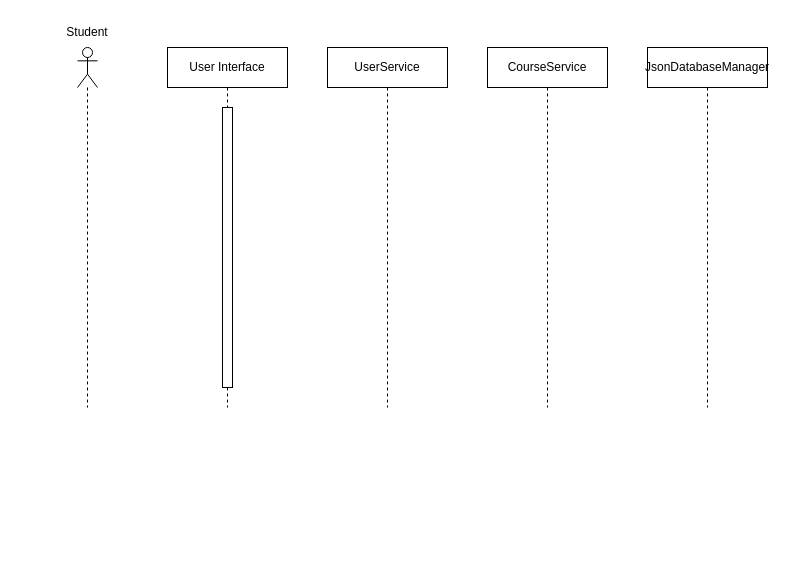
Youssufathalla/Programming-2 keeps this draw.io diagram as lab 6/Source files/Untitled Diagram.drawio. Above is the earlier version. Source tidied: cells renumbered, new cells numbered last; positions are measured from the earlier drawing's top-left corner, leaving out a move shared by most shapes. Both pictures are drawn from the tidied source at 100%, with x=0, y=0 at pixel (57, 17).
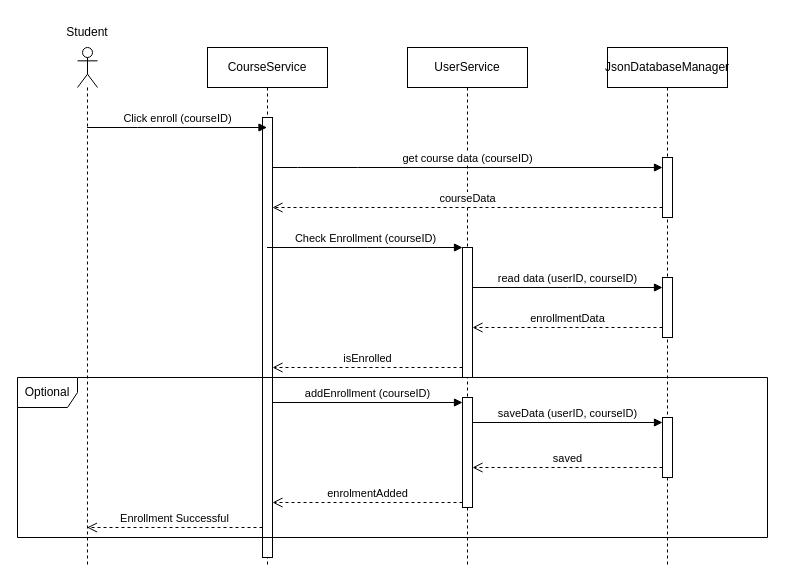
After the change.

Change to the diagram source:
```diff
@@
     <mxCell id="2" value="UserService" style="shape=umlLifeline;perimeter=lifelinePerimeter;whiteSpace=wrap;html=1;newEdgeStyle={&quot;curved&quot;:0,&quot;rounded&quot;:0};" parent="1" vertex="1">
-      <mxGeometry x="270" y="30" width="120" height="360" as="geometry" />
+      <mxGeometry x="350" y="30" width="120" height="520" as="geometry" />
     </mxCell>
-    <mxCell id="3" value="CourseService" style="shape=umlLifeline;perimeter=lifelinePerimeter;whiteSpace=wrap;html=1;newEdgeStyle={&quot;curved&quot;:0,&quot;rounded&quot;:0};" parent="1" vertex="1">
-      <mxGeometry x="430" y="30" width="120" height="360" as="geometry" />
-    </mxCell>
+    <mxCell id="9" style="html=1;points=[[0,0,0,0,5],[0,1,0,0,-5],[1,0,0,0,5],[1,1,0,0,-5]];perimeter=orthogonalPerimeter;outlineConnect=0;targetShapes=umlLifeline;portConstraint=eastwest;newEdgeStyle={&quot;curved&quot;:0,&quot;rounded&quot;:0};" parent="2" vertex="1">
+      <mxGeometry x="55" y="200" width="10" height="130" as="geometry" />
+    </mxCell>
+    <mxCell id="10" style="html=1;points=[[0,0,0,0,5],[0,1,0,0,-5],[1,0,0,0,5],[1,1,0,0,-5]];perimeter=orthogonalPerimeter;outlineConnect=0;targetShapes=umlLifeline;portConstraint=eastwest;newEdgeStyle={&quot;curved&quot;:0,&quot;rounded&quot;:0};" parent="2" vertex="1">
+      <mxGeometry x="55" y="350" width="10" height="110" as="geometry" />
+    </mxCell>
     <mxCell id="4" value="JsonDatabaseManager" style="shape=umlLifeline;perimeter=lifelinePerimeter;whiteSpace=wrap;html=1;newEdgeStyle={&quot;curved&quot;:0,&quot;rounded&quot;:0};" parent="1" vertex="1">
-      <mxGeometry x="590" y="30" width="120" height="360" as="geometry" />
+      <mxGeometry x="550" y="30" width="120" height="520" as="geometry" />
     </mxCell>
+    <mxCell id="11" style="html=1;points=[[0,0,0,0,5],[0,1,0,0,-5],[1,0,0,0,5],[1,1,0,0,-5]];perimeter=orthogonalPerimeter;outlineConnect=0;targetShapes=umlLifeline;portConstraint=eastwest;newEdgeStyle={&quot;curved&quot;:0,&quot;rounded&quot;:0};" parent="4" vertex="1">
+      <mxGeometry x="55" y="110" width="10" height="60" as="geometry" />
+    </mxCell>
+    <mxCell id="12" style="html=1;points=[[0,0,0,0,5],[0,1,0,0,-5],[1,0,0,0,5],[1,1,0,0,-5]];perimeter=orthogonalPerimeter;outlineConnect=0;targetShapes=umlLifeline;portConstraint=eastwest;newEdgeStyle={&quot;curved&quot;:0,&quot;rounded&quot;:0};" parent="4" vertex="1">
+      <mxGeometry x="55" y="230" width="10" height="60" as="geometry" />
+    </mxCell>
+    <mxCell id="13" style="html=1;points=[[0,0,0,0,5],[0,1,0,0,-5],[1,0,0,0,5],[1,1,0,0,-5]];perimeter=orthogonalPerimeter;outlineConnect=0;targetShapes=umlLifeline;portConstraint=eastwest;newEdgeStyle={&quot;curved&quot;:0,&quot;rounded&quot;:0};" parent="4" vertex="1">
+      <mxGeometry x="55" y="370" width="10" height="60" as="geometry" />
+    </mxCell>
-    <mxCell id="5" value="User Interface" style="shape=umlLifeline;perimeter=lifelinePerimeter;whiteSpace=wrap;html=1;outlineConnect=0;portConstraint=eastwest;newEdgeStyle={&quot;curved&quot;:0,&quot;rounded&quot;:0};" parent="1" vertex="1">
-      <mxGeometry x="110" y="30" width="120" height="360" as="geometry" />
+    <mxCell id="5" value="CourseService" style="shape=umlLifeline;perimeter=lifelinePerimeter;whiteSpace=wrap;html=1;outlineConnect=0;portConstraint=eastwest;newEdgeStyle={&quot;curved&quot;:0,&quot;rounded&quot;:0};" parent="1" vertex="1">
+      <mxGeometry x="150" y="30" width="120" height="520" as="geometry" />
     </mxCell>
     <mxCell id="6" style="html=1;points=[[0,0,0,0,5],[0,1,0,0,-5],[1,0,0,0,5],[1,1,0,0,-5]];perimeter=orthogonalPerimeter;outlineConnect=0;targetShapes=umlLifeline;portConstraint=eastwest;newEdgeStyle={&quot;curved&quot;:0,&quot;rounded&quot;:0};" parent="5" vertex="1">
-      <mxGeometry x="55" y="60" width="10" height="280" as="geometry" />
+      <mxGeometry x="55" y="70" width="10" height="440" as="geometry" />
     </mxCell>
     <mxCell id="7" style="shape=umlLifeline;perimeter=lifelinePerimeter;whiteSpace=wrap;html=1;outlineConnect=0;portConstraint=eastwest;newEdgeStyle={&quot;curved&quot;:0,&quot;rounded&quot;:0};participant=umlActor;" parent="1" vertex="1">
-      <mxGeometry x="20" y="30" width="20" height="360" as="geometry" />
+      <mxGeometry x="20" y="30" width="20" height="520" as="geometry" />
     </mxCell>
@@
+    <mxCell id="14" value="Click enroll (courseID)" style="html=1;verticalAlign=bottom;endArrow=block;curved=0;rounded=0;" parent="1" edge="1" source="7" target="5">
+      <mxGeometry relative="1" as="geometry">
+        <Array as="points">
+          <mxPoint x="80" y="110" />
+        </Array>
+      </mxGeometry>
+    </mxCell>
+    <mxCell id="15" value="get course data (courseID)" style="html=1;verticalAlign=bottom;endArrow=block;curved=0;rounded=0;" parent="1" edge="1" source="6" target="11">
+      <mxGeometry relative="1" as="geometry">
+        <Array as="points">
+          <mxPoint x="240" y="150" />
+          <mxPoint x="300" y="150" />
+        </Array>
+      </mxGeometry>
+    </mxCell>
+    <mxCell id="16" value="courseData" style="html=1;verticalAlign=bottom;endArrow=open;dashed=1;endSize=8;curved=0;rounded=0;" parent="1" edge="1" source="11" target="6">
+      <mxGeometry relative="1" as="geometry">
+        <Array as="points">
+          <mxPoint x="250" y="190" />
+        </Array>
+      </mxGeometry>
+    </mxCell>
+    <mxCell id="17" value="Check Enrollment (courseID)" style="html=1;verticalAlign=bottom;endArrow=block;curved=0;rounded=0;" parent="1" edge="1" source="5" target="9">
+      <mxGeometry relative="1" as="geometry">
+        <Array as="points">
+          <mxPoint x="310" y="230" />
+        </Array>
+      </mxGeometry>
+    </mxCell>
+    <mxCell id="18" value="isEnrolled" style="html=1;verticalAlign=bottom;endArrow=open;dashed=1;endSize=8;curved=0;rounded=0;" parent="1" edge="1" source="9" target="6">
+      <mxGeometry relative="1" as="geometry">
+        <Array as="points">
+          <mxPoint x="310" y="350" />
+        </Array>
+      </mxGeometry>
+    </mxCell>
+    <mxCell id="19" value="read data (userID, courseID)" style="html=1;verticalAlign=bottom;endArrow=block;curved=0;rounded=0;" parent="1" edge="1" source="9" target="12">
+      <mxGeometry relative="1" as="geometry">
+        <Array as="points">
+          <mxPoint x="510" y="270" />
+        </Array>
+      </mxGeometry>
+    </mxCell>
+    <mxCell id="20" value="enrollmentData" style="html=1;verticalAlign=bottom;endArrow=open;dashed=1;endSize=8;curved=0;rounded=0;" parent="1" edge="1" source="12" target="9">
+      <mxGeometry relative="1" as="geometry">
+        <Array as="points">
+          <mxPoint x="510" y="310" />
+        </Array>
+      </mxGeometry>
+    </mxCell>
+    <mxCell id="21" value="Optional" style="shape=umlFrame;whiteSpace=wrap;html=1;" parent="1" vertex="1">
+      <mxGeometry x="-40" y="360" width="750" height="160" as="geometry" />
+    </mxCell>
+    <mxCell id="22" value="Enrollment Successful" style="html=1;verticalAlign=bottom;endArrow=open;dashed=1;endSize=8;curved=0;rounded=0;" parent="1" edge="1" source="6" target="7">
+      <mxGeometry relative="1" as="geometry">
+        <Array as="points">
+          <mxPoint x="110" y="510" />
+        </Array>
+      </mxGeometry>
+    </mxCell>
+    <mxCell id="23" value="addEnrollment (courseID)" style="html=1;verticalAlign=bottom;endArrow=block;curved=0;rounded=0;entryX=0;entryY=0;entryDx=0;entryDy=5;" parent="1" edge="1" source="6" target="10">
+      <mxGeometry relative="1" as="geometry" />
+    </mxCell>
+    <mxCell id="24" value="enrolmentAdded" style="html=1;verticalAlign=bottom;endArrow=open;dashed=1;endSize=8;curved=0;rounded=0;exitX=0;exitY=1;exitDx=0;exitDy=-5;" parent="1" edge="1" source="10" target="6">
+      <mxGeometry relative="1" as="geometry" />
+    </mxCell>
+    <mxCell id="25" value="saveData (userID, courseID)" style="html=1;verticalAlign=bottom;endArrow=block;curved=0;rounded=0;entryX=0;entryY=0;entryDx=0;entryDy=5;" parent="1" edge="1" source="10" target="13">
+      <mxGeometry relative="1" as="geometry" />
+    </mxCell>
+    <mxCell id="26" value="saved" style="html=1;verticalAlign=bottom;endArrow=open;dashed=1;endSize=8;curved=0;rounded=0;" parent="1" edge="1" source="13" target="10">
+      <mxGeometry relative="1" as="geometry">
+        <Array as="points">
+          <mxPoint x="510" y="450" />
+        </Array>
+      </mxGeometry>
+    </mxCell>
```
